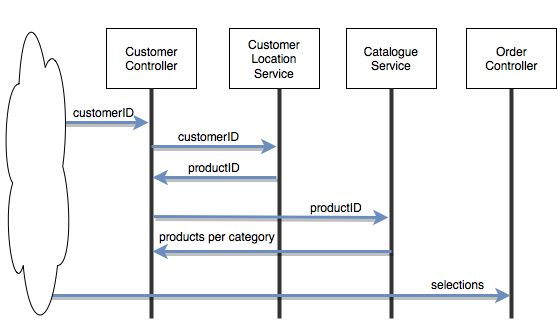
The draw.io diagram docs/customerproducts_flowDiagram.png in amadeoas/spring-customerproducts, before a commit. Source tidied: cells renumbered, new cells last; positions are measured from the earlier drawing's top-left corner, leaving out a move shared by most shapes. The source it was exported from:
```xml
<mxGraphModel background="#ffffff">
  <root>
    <mxCell id="0" />
    <mxCell id="1" parent="0" />
    <mxCell id="2" value="Customer&lt;br&gt;Controller" style="whiteSpace=wrap;html=1;" parent="1" vertex="1">
      <mxGeometry x="105" y="27" width="90" height="60" as="geometry" />
    </mxCell>
    <mxCell id="3" value="Customer Location Service&lt;br&gt;" style="whiteSpace=wrap;html=1;" parent="1" vertex="1">
      <mxGeometry x="228" y="27" width="90" height="60" as="geometry" />
    </mxCell>
    <mxCell id="4" value="Catalogue Service&lt;br&gt;" style="whiteSpace=wrap;html=1;" parent="1" vertex="1">
      <mxGeometry x="345" y="27" width="90" height="60" as="geometry" />
    </mxCell>
    <mxCell id="5" style="line;direction=south;html=1;strokeColor=#333333;" parent="1" vertex="1">
      <mxGeometry x="145" y="87" width="10" height="230" as="geometry" />
    </mxCell>
    <mxCell id="6" style="line;direction=south;html=1;strokeColor=#333333;" parent="1" vertex="1">
      <mxGeometry x="273" y="87" width="10" height="230" as="geometry" />
    </mxCell>
    <mxCell id="7" style="line;direction=south;html=1;strokeColor=#333333;" parent="1" vertex="1">
      <mxGeometry x="385" y="87" width="10" height="230" as="geometry" />
    </mxCell>
    <mxCell id="8" style="endArrow=classic;html=1;plain-blue;shadow=1;strokeWidth=3;" parent="1" edge="1">
      <mxGeometry relative="1" as="geometry">
        <mxPoint x="37" y="121" as="sourcePoint" />
        <mxPoint x="147" y="121" as="targetPoint" />
      </mxGeometry>
    </mxCell>
    <mxCell id="9" value="customerID" style="text;html=1;align=center;verticalAlign=middle;labelBackgroundColor=#ffffff;" parent="8" vertex="1">
      <mxGeometry x="-0.39" y="-2" relative="1" as="geometry">
        <mxPoint x="31" y="-13" as="offset" />
      </mxGeometry>
    </mxCell>
    <mxCell id="10" style="endArrow=classic;html=1;strokeWidth=3;shadow=1;plain-blue;" parent="1" edge="1">
      <mxGeometry x="245" y="188" as="geometry">
        <mxPoint x="150" y="145" as="sourcePoint" />
        <mxPoint x="275" y="145" as="targetPoint" />
      </mxGeometry>
    </mxCell>
    <mxCell id="11" value="customerID" style="text;html=1;align=center;verticalAlign=middle;labelBackgroundColor=#ffffff;" parent="10" vertex="1">
      <mxGeometry x="-0.39" y="-2" relative="1" as="geometry">
        <mxPoint x="19" y="-13" as="offset" />
      </mxGeometry>
    </mxCell>
    <mxCell id="12" style="endArrow=classic;html=1;entryX=0.348;entryY=0.4;entryPerimeter=0;strokeWidth=3;shadow=1;plain-blue;" parent="1" edge="1">
      <mxGeometry x="130" y="208" as="geometry">
        <mxPoint x="275" y="176" as="sourcePoint" />
        <mxPoint x="151" y="176" as="targetPoint" />
      </mxGeometry>
    </mxCell>
    <mxCell id="13" value="productID" style="text;html=1;align=center;verticalAlign=middle;labelBackgroundColor=#ffffff;" parent="12" vertex="1">
      <mxGeometry x="-0.39" y="-2" relative="1" as="geometry">
        <mxPoint x="-25" y="-9" as="offset" />
      </mxGeometry>
    </mxCell>
    <mxCell id="14" style="endArrow=classic;html=1;plain-blue;shadow=1;strokeWidth=3;" parent="1" edge="1">
      <mxGeometry x="247" y="258" as="geometry">
        <mxPoint x="152" y="215" as="sourcePoint" />
        <mxPoint x="387" y="216" as="targetPoint" />
      </mxGeometry>
    </mxCell>
    <mxCell id="15" value="productID" style="text;html=1;align=center;verticalAlign=middle;labelBackgroundColor=#ffffff;" parent="14" vertex="1">
      <mxGeometry x="-0.39" y="-2" relative="1" as="geometry">
        <mxPoint x="111" y="-12" as="offset" />
      </mxGeometry>
    </mxCell>
    <mxCell id="16" style="endArrow=classic;html=1;entryX=0.83;entryY=0.2;entryPerimeter=0;plain-blue;shadow=1;strokeWidth=3;" parent="1" edge="1">
      <mxGeometry x="253" y="262" as="geometry">
        <mxPoint x="390" y="250" as="sourcePoint" />
        <mxPoint x="151" y="250" as="targetPoint" />
      </mxGeometry>
    </mxCell>
    <mxCell id="17" value="products per category&lt;br&gt;" style="text;html=1;align=center;verticalAlign=middle;labelBackgroundColor=#ffffff;" parent="16" vertex="1">
      <mxGeometry x="-0.39" y="-2" relative="1" as="geometry">
        <mxPoint x="-102" y="-14" as="offset" />
      </mxGeometry>
    </mxCell>
    <mxCell id="18" style="line;direction=south;html=1;strokeColor=#333333;" parent="1" vertex="1">
      <mxGeometry x="505" y="87" width="10" height="230" as="geometry" />
    </mxCell>
    <mxCell id="19" value="Order&lt;br&gt;Controller" style="whiteSpace=wrap;html=1;" parent="1" vertex="1">
      <mxGeometry x="465" y="27" width="90" height="60" as="geometry" />
    </mxCell>
    <mxCell id="20" style="endArrow=classic;html=1;entryX=0.961;entryY=0.6;entryPerimeter=0;plain-blue;shadow=1;strokeWidth=3;" parent="1" edge="1">
      <mxGeometry x="140" y="336" as="geometry">
        <mxPoint x="45" y="294" as="sourcePoint" />
        <mxPoint x="509" y="294" as="targetPoint" />
      </mxGeometry>
    </mxCell>
    <mxCell id="21" value="selections" style="text;html=1;align=center;verticalAlign=middle;labelBackgroundColor=#ffffff;" parent="20" vertex="1">
      <mxGeometry x="-0.39" y="-2" relative="1" as="geometry">
        <mxPoint x="269" y="-14" as="offset" />
      </mxGeometry>
    </mxCell>
    <mxCell id="22" style="ellipse;shape=cloud;whiteSpace=wrap;html=1;" parent="1" vertex="1">
      <mxGeometry width="70" height="330" as="geometry" />
    </mxCell>
  </root>
</mxGraphModel>
```
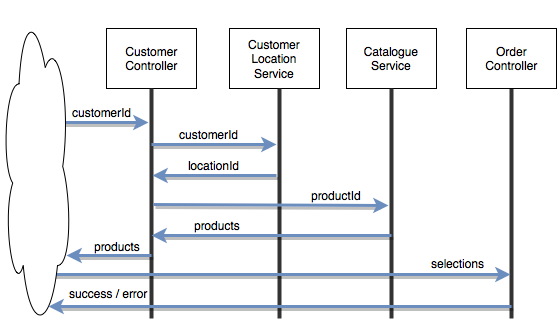
Above is the later version.

Diff of the diagram source:
```diff
@@ -26,53 +26,53 @@
         <mxPoint x="147" y="121" as="targetPoint" />
       </mxGeometry>
     </mxCell>
-    <mxCell id="9" value="customerID" style="text;html=1;align=center;verticalAlign=middle;labelBackgroundColor=#ffffff;" parent="8" vertex="1">
+    <mxCell id="9" value="customerId" style="text;html=1;align=center;verticalAlign=middle;labelBackgroundColor=#ffffff;" parent="8" vertex="1">
       <mxGeometry x="-0.39" y="-2" relative="1" as="geometry">
-        <mxPoint x="31" y="-13" as="offset" />
+        <mxPoint x="29" y="-13" as="offset" />
       </mxGeometry>
     </mxCell>
     <mxCell id="10" style="endArrow=classic;html=1;strokeWidth=3;shadow=1;plain-blue;" parent="1" edge="1">
-      <mxGeometry x="245" y="188" as="geometry">
-        <mxPoint x="150" y="145" as="sourcePoint" />
-        <mxPoint x="275" y="145" as="targetPoint" />
+      <mxGeometry x="245" y="186" as="geometry">
+        <mxPoint x="150" y="143" as="sourcePoint" />
+        <mxPoint x="275" y="143" as="targetPoint" />
       </mxGeometry>
     </mxCell>
-    <mxCell id="11" value="customerID" style="text;html=1;align=center;verticalAlign=middle;labelBackgroundColor=#ffffff;" parent="10" vertex="1">
+    <mxCell id="11" value="customerId" style="text;html=1;align=center;verticalAlign=middle;labelBackgroundColor=#ffffff;" parent="10" vertex="1">
       <mxGeometry x="-0.39" y="-2" relative="1" as="geometry">
         <mxPoint x="19" y="-13" as="offset" />
       </mxGeometry>
     </mxCell>
     <mxCell id="12" style="endArrow=classic;html=1;entryX=0.348;entryY=0.4;entryPerimeter=0;strokeWidth=3;shadow=1;plain-blue;" parent="1" edge="1">
-      <mxGeometry x="130" y="208" as="geometry">
-        <mxPoint x="275" y="176" as="sourcePoint" />
-        <mxPoint x="151" y="176" as="targetPoint" />
+      <mxGeometry x="130" y="206" as="geometry">
+        <mxPoint x="275" y="174" as="sourcePoint" />
+        <mxPoint x="151" y="174" as="targetPoint" />
       </mxGeometry>
     </mxCell>
-    <mxCell id="13" value="productID" style="text;html=1;align=center;verticalAlign=middle;labelBackgroundColor=#ffffff;" parent="12" vertex="1">
+    <mxCell id="13" value="locationId" style="text;html=1;align=center;verticalAlign=middle;labelBackgroundColor=#ffffff;" parent="12" vertex="1">
       <mxGeometry x="-0.39" y="-2" relative="1" as="geometry">
         <mxPoint x="-25" y="-9" as="offset" />
       </mxGeometry>
     </mxCell>
     <mxCell id="14" style="endArrow=classic;html=1;plain-blue;shadow=1;strokeWidth=3;" parent="1" edge="1">
-      <mxGeometry x="247" y="258" as="geometry">
-        <mxPoint x="152" y="215" as="sourcePoint" />
-        <mxPoint x="387" y="216" as="targetPoint" />
+      <mxGeometry x="247" y="246" as="geometry">
+        <mxPoint x="152" y="203" as="sourcePoint" />
+        <mxPoint x="387" y="204" as="targetPoint" />
       </mxGeometry>
     </mxCell>
-    <mxCell id="15" value="productID" style="text;html=1;align=center;verticalAlign=middle;labelBackgroundColor=#ffffff;" parent="14" vertex="1">
+    <mxCell id="15" value="productId" style="text;html=1;align=center;verticalAlign=middle;labelBackgroundColor=#ffffff;" parent="14" vertex="1">
       <mxGeometry x="-0.39" y="-2" relative="1" as="geometry">
         <mxPoint x="111" y="-12" as="offset" />
       </mxGeometry>
     </mxCell>
-    <mxCell id="16" style="endArrow=classic;html=1;entryX=0.83;entryY=0.2;entryPerimeter=0;plain-blue;shadow=1;strokeWidth=3;" parent="1" edge="1">
-      <mxGeometry x="253" y="262" as="geometry">
-        <mxPoint x="390" y="250" as="sourcePoint" />
-        <mxPoint x="151" y="250" as="targetPoint" />
+    <mxCell id="16" style="endArrow=classic;html=1;plain-blue;shadow=1;strokeWidth=3;entryX=0.661;entryY=0.3;entryPerimeter=0;" parent="1" edge="1">
+      <mxGeometry x="251" y="245" as="geometry">
+        <mxPoint x="390" y="234" as="sourcePoint" />
+        <mxPoint x="150" y="234" as="targetPoint" />
       </mxGeometry>
     </mxCell>
-    <mxCell id="17" value="products per category&lt;br&gt;" style="text;html=1;align=center;verticalAlign=middle;labelBackgroundColor=#ffffff;" parent="16" vertex="1">
+    <mxCell id="17" value="products &lt;br&gt;" style="text;html=1;align=center;verticalAlign=middle;labelBackgroundColor=#ffffff;" parent="16" vertex="1">
       <mxGeometry x="-0.39" y="-2" relative="1" as="geometry">
-        <mxPoint x="-102" y="-14" as="offset" />
+        <mxPoint x="-102" y="-9" as="offset" />
       </mxGeometry>
     </mxCell>
     <mxCell id="18" style="line;direction=south;html=1;strokeColor=#333333;" parent="1" vertex="1">
@@ -82,9 +82,9 @@
       <mxGeometry x="465" y="27" width="90" height="60" as="geometry" />
     </mxCell>
     <mxCell id="20" style="endArrow=classic;html=1;entryX=0.961;entryY=0.6;entryPerimeter=0;plain-blue;shadow=1;strokeWidth=3;" parent="1" edge="1">
-      <mxGeometry x="140" y="336" as="geometry">
-        <mxPoint x="45" y="294" as="sourcePoint" />
-        <mxPoint x="509" y="294" as="targetPoint" />
+      <mxGeometry x="140" y="315" as="geometry">
+        <mxPoint x="45" y="273" as="sourcePoint" />
+        <mxPoint x="509" y="273" as="targetPoint" />
       </mxGeometry>
     </mxCell>
     <mxCell id="21" value="selections" style="text;html=1;align=center;verticalAlign=middle;labelBackgroundColor=#ffffff;" parent="20" vertex="1">
@@ -95,5 +95,26 @@
     <mxCell id="22" style="ellipse;shape=cloud;whiteSpace=wrap;html=1;" parent="1" vertex="1">
       <mxGeometry width="70" height="330" as="geometry" />
     </mxCell>
+    <mxCell id="23" style="endArrow=classic;html=1;plain-blue;shadow=1;strokeWidth=3;entryX=0.671;entryY=0.924;entryPerimeter=0;" parent="1" edge="1" target="22">
+      <mxGeometry x="373" y="317" as="geometry">
+        <mxPoint x="510" y="305" as="sourcePoint" />
+      </mxGeometry>
+    </mxCell>
+    <mxCell id="24" value="success / error&lt;br&gt;" style="text;html=1;align=center;verticalAlign=middle;labelBackgroundColor=#ffffff;" parent="23" vertex="1">
+      <mxGeometry x="-0.39" y="-2" relative="1" as="geometry">
+        <mxPoint x="-261" y="-12" as="offset" />
+      </mxGeometry>
+    </mxCell>
+    <mxCell id="25" style="endArrow=classic;html=1;strokeWidth=3;shadow=1;plain-blue;entryX=0.929;entryY=0.776;entryPerimeter=0;" parent="1" edge="1">
+      <mxGeometry x="39" y="283" as="geometry">
+        <mxPoint x="150" y="254" as="sourcePoint" />
+        <mxPoint x="65" y="254" as="targetPoint" />
+      </mxGeometry>
+    </mxCell>
+    <mxCell id="26" value="products" style="text;html=1;align=center;verticalAlign=middle;labelBackgroundColor=#ffffff;" parent="25" vertex="1">
+      <mxGeometry x="-0.39" y="-2" relative="1" as="geometry">
+        <mxPoint x="-9" y="-8" as="offset" />
+      </mxGeometry>
+    </mxCell>
   </root>
 </mxGraphModel>
```
